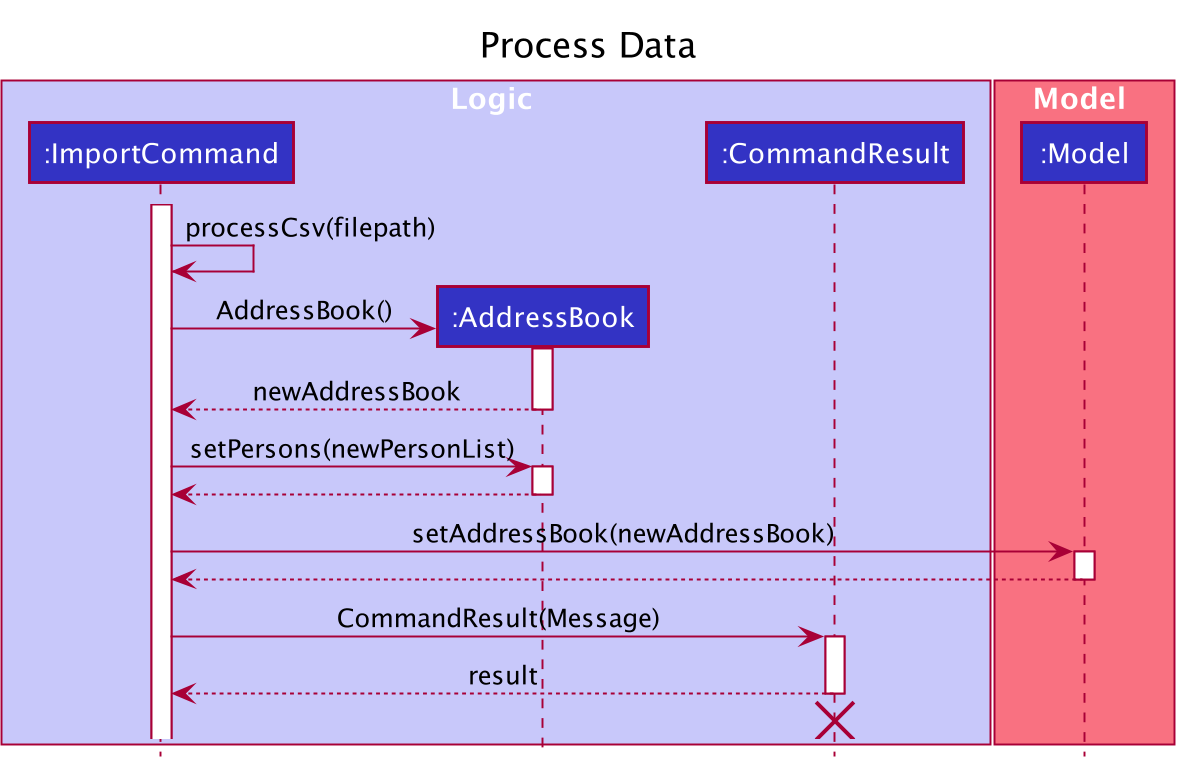
szelongq/tp keeps this PlantUML diagram as docs/images/ImportProcessData.png. Above is the earlier version.
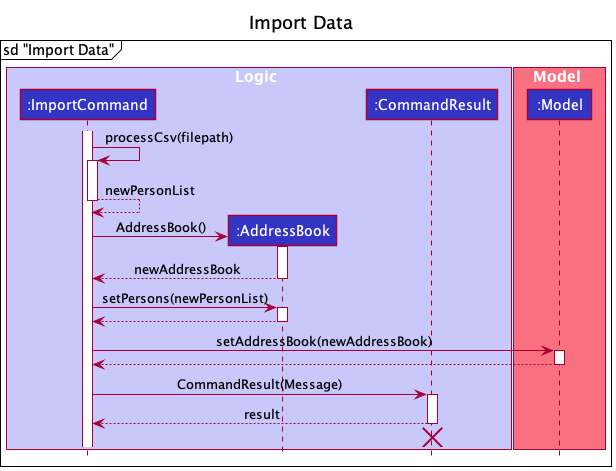
The same file after the commit.

What changed in the source:
```diff
@@ -1,9 +1,7 @@
 @startuml
 !include style.puml
-scale 1024 width
-scale 768 height
-
-title Process Data
+mainframe sd "Import Data"
+title Import Data
 
 box Logic LOGIC_COLOR_T1
 participant ":ImportCommand" as ImportCommand LOGIC_COLOR
@@ -18,6 +16,9 @@
 
 activate ImportCommand
 ImportCommand -> ImportCommand : processCsv(filepath)
+activate ImportCommand
+ImportCommand --> ImportCommand : newPersonList
+deactivate ImportCommand
 
 create AddressBook
 ImportCommand -> AddressBook : AddressBook()
```
